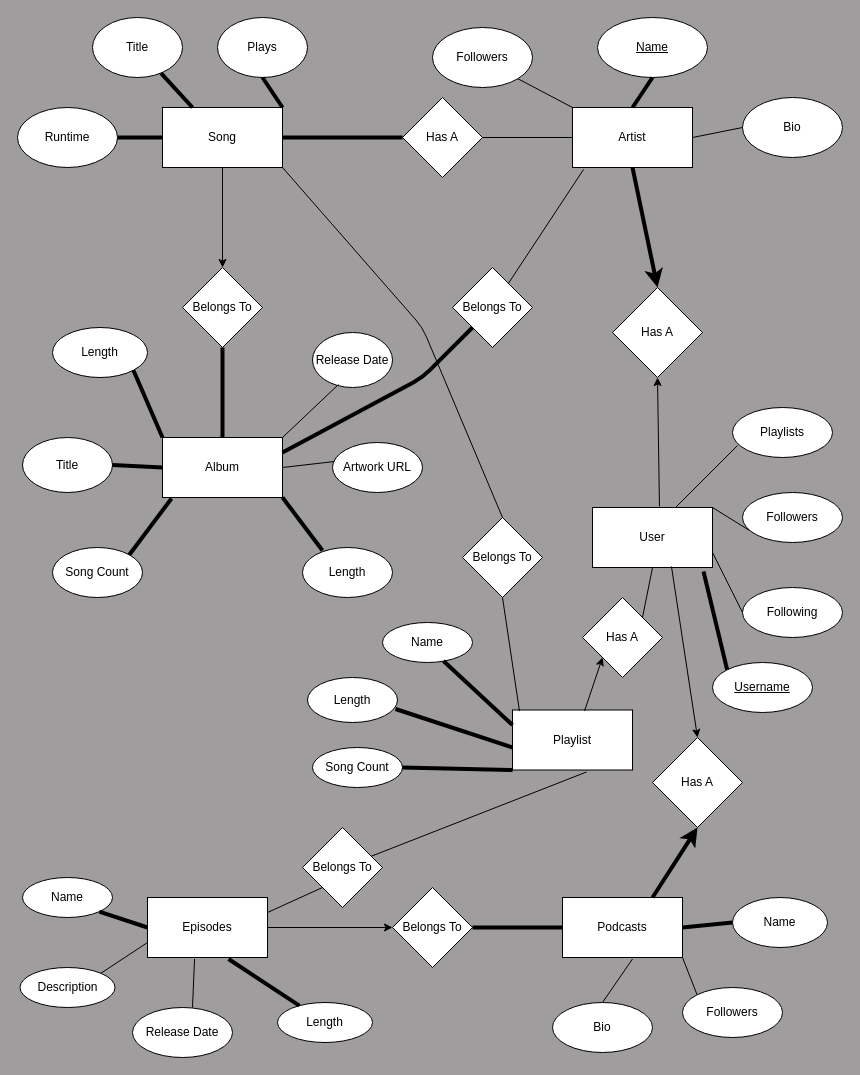
Earlier version of the draw.io diagram diagrams_notes/ER_diagram.drawio (gmnoe/music_app). Source tidied: cells renumbered, new cells numbered last; positions are measured from the earlier drawing's top-left corner, leaving out a move shared by most shapes. Both pictures are drawn from the tidied source at 100%, with x=0, y=0 at pixel (17, 17).
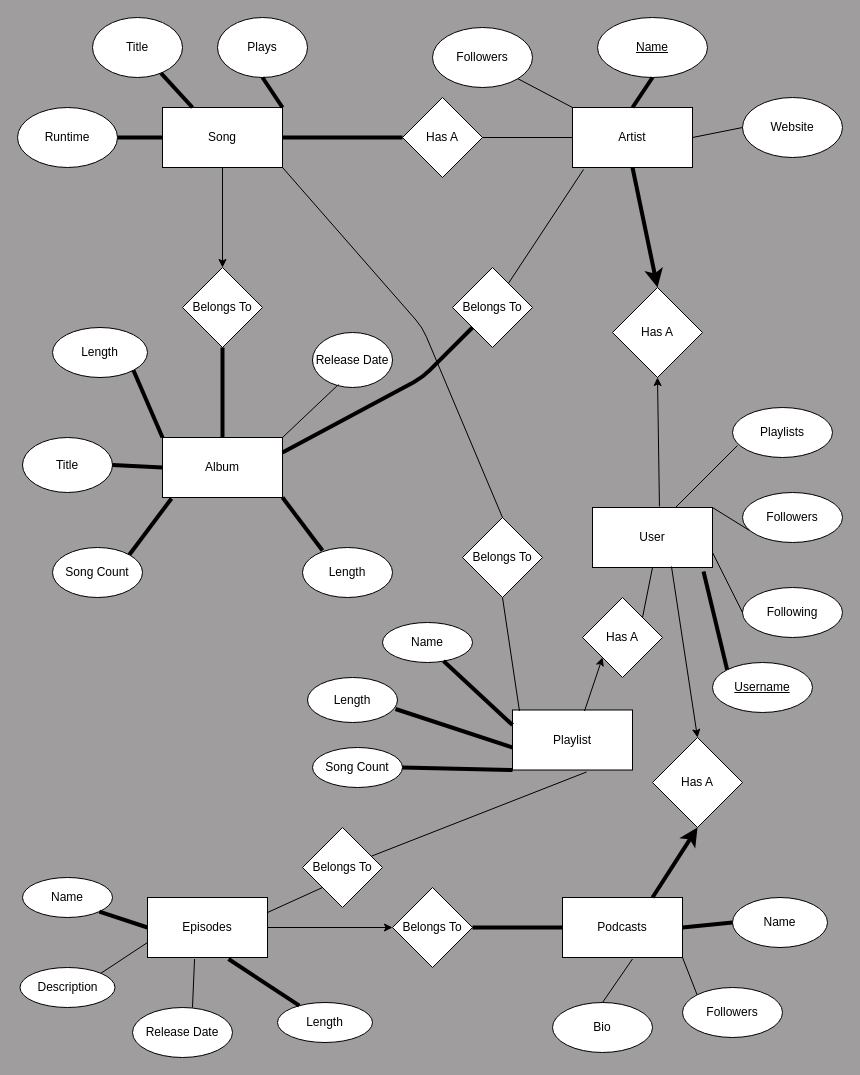
The same page after the edit.

Unchanged cells that the change refers to:
```xml
<mxCell id="4" value="Album" style="rounded=0;whiteSpace=wrap;html=1;" parent="1" vertex="1">
  <mxGeometry x="145" y="420" width="120" height="60" as="geometry" />
</mxCell>
```

The edit, as a diff of the source:
```diff
@@
-    <mxCell id="12" value="Bio" style="ellipse;whiteSpace=wrap;html=1;rounded=0;" parent="1" vertex="1">
+    <mxCell id="12" value="Website" style="ellipse;whiteSpace=wrap;html=1;rounded=0;" parent="1" vertex="1">
       <mxGeometry x="725" y="80" width="100" height="60" as="geometry" />
     </mxCell>
@@
-    <mxCell id="16" value="Artwork URL" style="ellipse;whiteSpace=wrap;html=1;rounded=0;" parent="1" vertex="1">
-      <mxGeometry x="315" y="425" width="90" height="50" as="geometry" />
-    </mxCell>
@@
-    <mxCell id="49" style="endArrow=none;html=1;strokeWidth=1;entryX=0.022;entryY=0.38;entryDx=0;entryDy=0;entryPerimeter=0;exitX=1;exitY=0.5;exitDx=0;exitDy=0;" parent="1" edge="1" source="4" target="16">
-      <mxGeometry relative="1" as="geometry" />
-    </mxCell>
```
